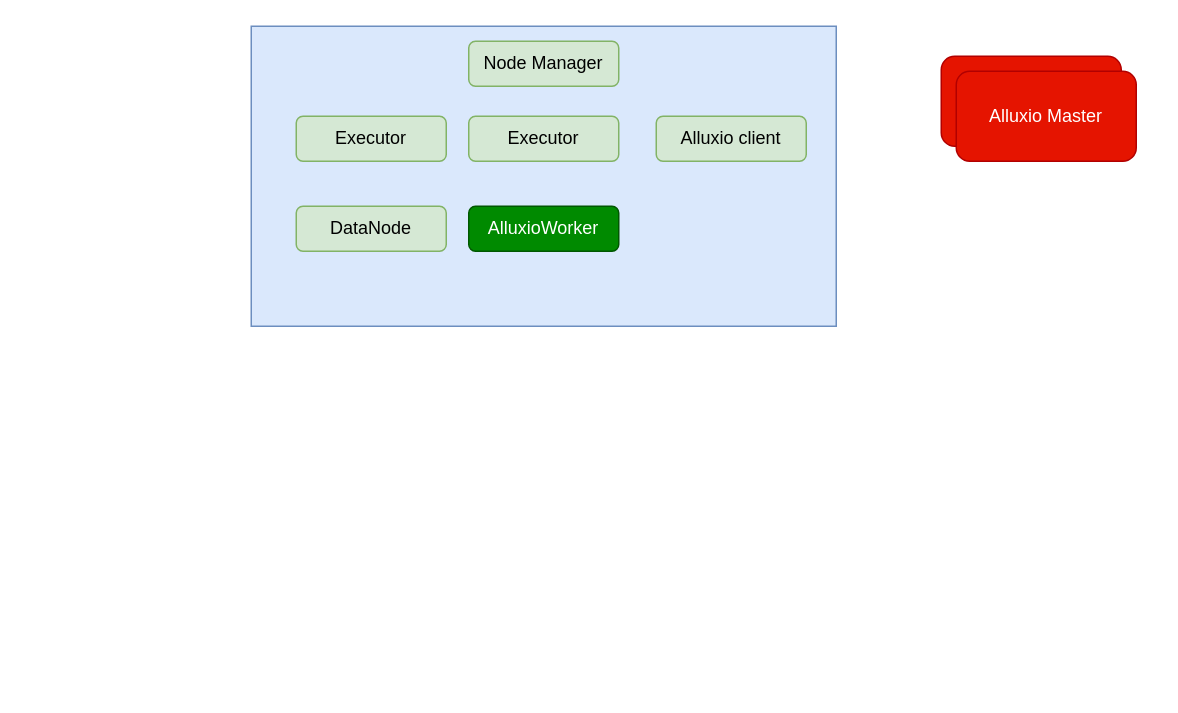
This is dir2/alluxio.drawio from liangrui1988/diagrams, a draw.io file, before an edit. Source tidied: cells renumbered, new cells numbered last; positions are measured from the earlier drawing's top-left corner, leaving out a move shared by most shapes. Both pictures are drawn from the tidied source at 150%, with x=0, y=0 at pixel (250, 26).
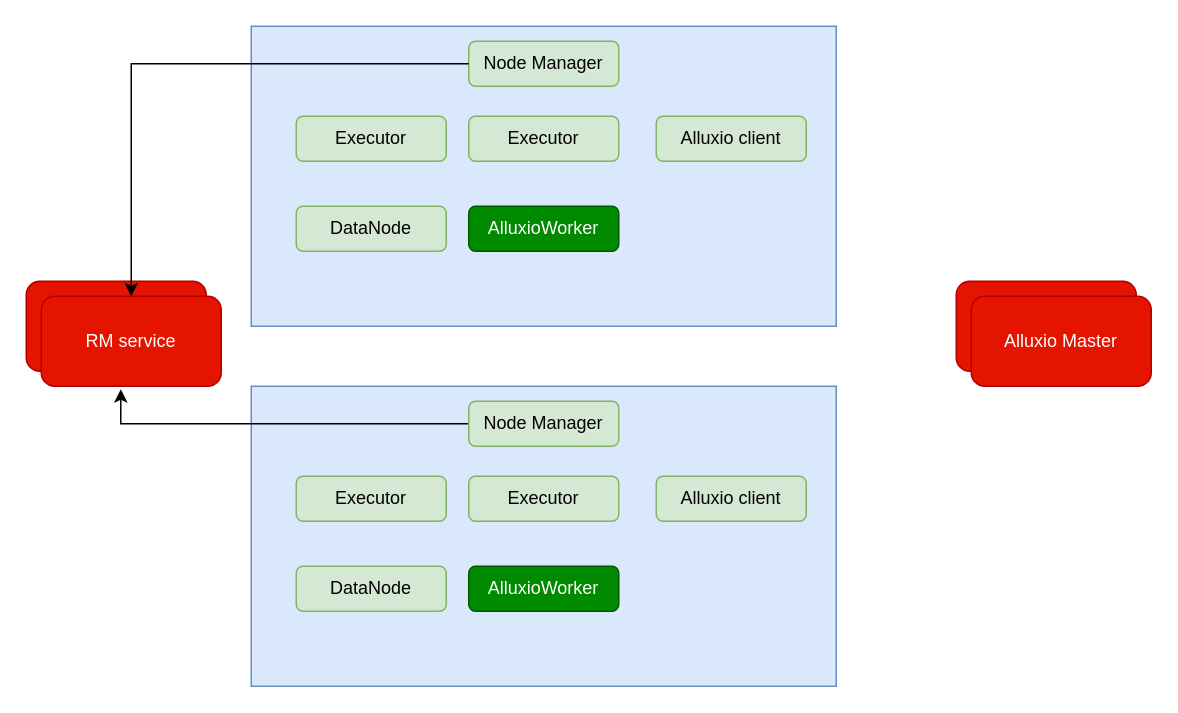
The same diagram, later.

Unchanged cells that the change refers to:
```xml
<mxCell id="3" value="Node Manager" style="rounded=1;whiteSpace=wrap;html=1;fillColor=#d5e8d4;strokeColor=#82b366;" parent="1" vertex="1">
  <mxGeometry x="145" y="10" width="100" height="30" as="geometry" />
</mxCell>
```

What changed in the source:
```diff
@@
     <mxCell id="4" style="rounded=1;whiteSpace=wrap;html=1;fillColor=#e51400;fontColor=#ffffff;strokeColor=#B20000;" parent="1" vertex="1">
-      <mxGeometry x="460" y="20" width="120" height="60" as="geometry" />
+      <mxGeometry x="470" y="170" width="120" height="60" as="geometry" />
     </mxCell>
@@
     <mxCell id="10" value="Alluxio Master" style="rounded=1;whiteSpace=wrap;html=1;fillColor=#e51400;fontColor=#ffffff;strokeColor=#B20000;" parent="1" vertex="1">
-      <mxGeometry x="470" y="30" width="120" height="60" as="geometry" />
+      <mxGeometry x="480" y="180" width="120" height="60" as="geometry" />
     </mxCell>
+    <mxCell id="11" style="rounded=0;whiteSpace=wrap;html=1;fillColor=#dae8fc;strokeColor=#6c8ebf;" parent="1" vertex="1">
+      <mxGeometry y="240" width="390" height="200" as="geometry" />
+    </mxCell>
+    <mxCell id="12" style="edgeStyle=orthogonalEdgeStyle;rounded=0;jettySize=auto;html=1;exitX=0;exitY=0.5;exitDx=0;exitDy=0;entryX=0.442;entryY=1.033;entryDx=0;entryDy=0;entryPerimeter=0;" parent="1" edge="1" source="13" target="20">
+      <mxGeometry relative="1" as="geometry" />
+    </mxCell>
+    <mxCell id="13" value="Node Manager" style="rounded=1;whiteSpace=wrap;html=1;fillColor=#d5e8d4;strokeColor=#82b366;" parent="1" vertex="1">
+      <mxGeometry x="145" y="250" width="100" height="30" as="geometry" />
+    </mxCell>
+    <mxCell id="14" value="Executor" style="rounded=1;whiteSpace=wrap;html=1;fillColor=#d5e8d4;strokeColor=#82b366;" parent="1" vertex="1">
+      <mxGeometry x="30" y="300" width="100" height="30" as="geometry" />
+    </mxCell>
+    <mxCell id="15" value="Executor" style="rounded=1;whiteSpace=wrap;html=1;fillColor=#d5e8d4;strokeColor=#82b366;" parent="1" vertex="1">
+      <mxGeometry x="145" y="300" width="100" height="30" as="geometry" />
+    </mxCell>
+    <mxCell id="16" value="Alluxio client" style="rounded=1;whiteSpace=wrap;html=1;fillColor=#d5e8d4;strokeColor=#82b366;" parent="1" vertex="1">
+      <mxGeometry x="270" y="300" width="100" height="30" as="geometry" />
+    </mxCell>
+    <mxCell id="17" value="DataNode" style="rounded=1;whiteSpace=wrap;html=1;fillColor=#d5e8d4;strokeColor=#82b366;" parent="1" vertex="1">
+      <mxGeometry x="30" y="360" width="100" height="30" as="geometry" />
+    </mxCell>
+    <mxCell id="18" value="AlluxioWorker" style="rounded=1;whiteSpace=wrap;html=1;fillColor=#008a00;strokeColor=#005700;fontColor=#ffffff;" parent="1" vertex="1">
+      <mxGeometry x="145" y="360" width="100" height="30" as="geometry" />
+    </mxCell>
+    <mxCell id="19" style="rounded=1;whiteSpace=wrap;html=1;fillColor=#e51400;fontColor=#ffffff;strokeColor=#B20000;" parent="1" vertex="1">
+      <mxGeometry x="-150" y="170" width="120" height="60" as="geometry" />
+    </mxCell>
+    <mxCell id="20" value="RM service" style="rounded=1;whiteSpace=wrap;html=1;fillColor=#e51400;fontColor=#ffffff;strokeColor=#B20000;" parent="1" vertex="1">
+      <mxGeometry x="-140" y="180" width="120" height="60" as="geometry" />
+    </mxCell>
+    <mxCell id="21" style="edgeStyle=orthogonalEdgeStyle;rounded=0;jettySize=auto;html=1;exitX=0;exitY=0.5;exitDx=0;exitDy=0;entryX=0.5;entryY=0;entryDx=0;entryDy=0;" parent="1" edge="1" source="3" target="20">
+      <mxGeometry relative="1" as="geometry" />
+    </mxCell>
```
